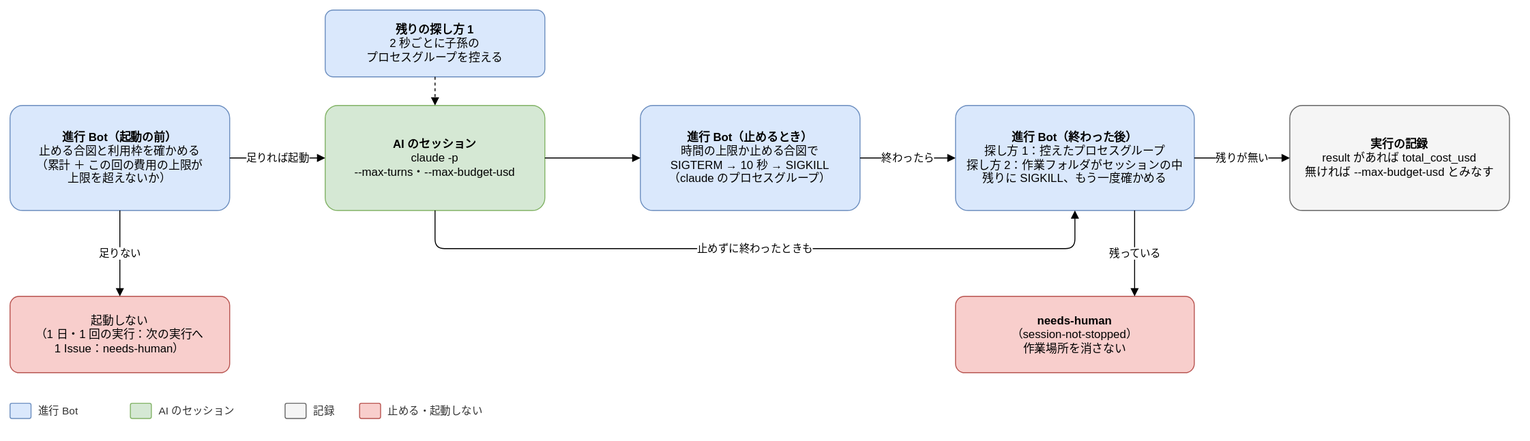
Earlier version of the draw.io export docs/design/basic/diagrams/03-stop-and-usage.drawio.svg (Joymerrevent/dev-autopilot). Source tidied: cells renumbered, new cells last; positions are measured from the earlier drawing's top-left corner, leaving out a move shared by most shapes.
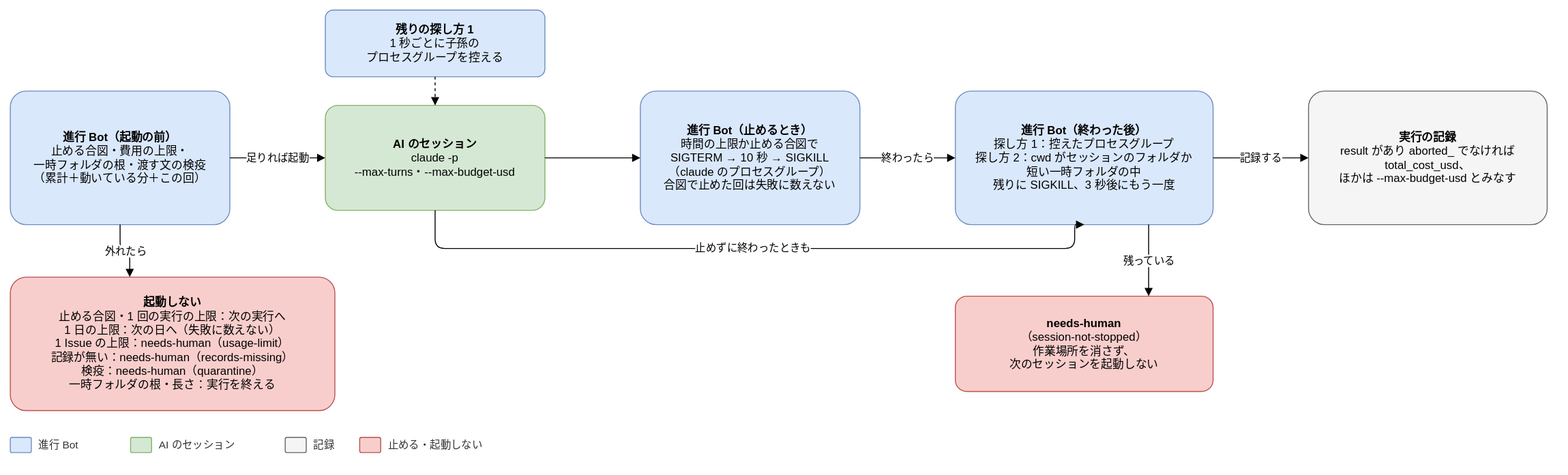
After the change.

The edit, as a diff of the source:
```diff
@@ -2,8 +2,8 @@
   <root>
     <mxCell id="0" />
     <mxCell id="1" parent="0" />
-    <mxCell id="2" value="&lt;b&gt;進行 Bot（起動の前）&lt;/b&gt;&lt;br&gt;止める合図と利用枠を確かめる&lt;br&gt;（累計 ＋ この回の費用の上限が&lt;br&gt;上限を超えないか）" style="rounded=1;whiteSpace=wrap;html=1;fontSize=12;arcSize=12;spacing=12;fillColor=#dae8fc;strokeColor=#6c8ebf;" parent="1" vertex="1">
-      <mxGeometry y="100" width="230" height="110" as="geometry" />
+    <mxCell id="2" value="&lt;b&gt;進行 Bot（起動の前）&lt;/b&gt;&lt;br&gt;止める合図・費用の上限・&lt;br&gt;一時フォルダの根・渡す文の検疫&lt;br&gt;（累計＋動いている分＋この回）" style="rounded=1;whiteSpace=wrap;html=1;fontSize=12;arcSize=12;spacing=12;fillColor=#dae8fc;strokeColor=#6c8ebf;" parent="1" vertex="1">
+      <mxGeometry y="85" width="230" height="140" as="geometry" />
     </mxCell>
     <mxCell id="3" value="&lt;b&gt;AI のセッション&lt;/b&gt;&lt;br&gt;claude -p&lt;br&gt;--max-turns・--max-budget-usd" style="rounded=1;whiteSpace=wrap;html=1;fontSize=12;arcSize=12;spacing=12;fillColor=#d5e8d4;strokeColor=#82b366;" parent="1" vertex="1">
       <mxGeometry x="330" y="100" width="230" height="110" as="geometry" />
@@ -11,20 +11,20 @@
     <mxCell id="4" value="足りれば起動" style="edgeStyle=orthogonalEdgeStyle;rounded=1;html=1;endArrow=block;endFill=1;fontSize=11;labelBackgroundColor=#ffffff;exitX=1;exitY=0.5;exitDx=0;exitDy=0;entryX=0;entryY=0.5;entryDx=0;entryDy=0;" parent="1" edge="1" source="2" target="3">
       <mxGeometry relative="1" as="geometry" />
     </mxCell>
-    <mxCell id="5" value="&lt;b&gt;残りの探し方 1&lt;/b&gt;&lt;br&gt;2 秒ごとに子孫の&lt;br&gt;プロセスグループを控える" style="rounded=1;whiteSpace=wrap;html=1;fontSize=12;arcSize=12;spacing=12;fillColor=#dae8fc;strokeColor=#6c8ebf;" parent="1" vertex="1">
+    <mxCell id="5" value="&lt;b&gt;残りの探し方 1&lt;/b&gt;&lt;br&gt;1 秒ごとに子孫の&lt;br&gt;プロセスグループを控える" style="rounded=1;whiteSpace=wrap;html=1;fontSize=12;arcSize=12;spacing=12;fillColor=#dae8fc;strokeColor=#6c8ebf;" parent="1" vertex="1">
       <mxGeometry x="330" width="230" height="70" as="geometry" />
     </mxCell>
     <mxCell id="6" style="edgeStyle=orthogonalEdgeStyle;rounded=1;html=1;endArrow=block;endFill=1;fontSize=11;labelBackgroundColor=#ffffff;dashed=1;exitX=0.5;exitY=1;exitDx=0;exitDy=0;entryX=0.5;entryY=0;entryDx=0;entryDy=0;" parent="1" edge="1" source="5" target="3">
       <mxGeometry relative="1" as="geometry" />
     </mxCell>
-    <mxCell id="7" value="&lt;b&gt;進行 Bot（止めるとき）&lt;/b&gt;&lt;br&gt;時間の上限か止める合図で&lt;br&gt;SIGTERM → 10 秒 → SIGKILL&lt;br&gt;（claude のプロセスグループ）" style="rounded=1;whiteSpace=wrap;html=1;fontSize=12;arcSize=12;spacing=12;fillColor=#dae8fc;strokeColor=#6c8ebf;" parent="1" vertex="1">
-      <mxGeometry x="660" y="100" width="230" height="110" as="geometry" />
+    <mxCell id="7" value="&lt;b&gt;進行 Bot（止めるとき）&lt;/b&gt;&lt;br&gt;時間の上限か止める合図で&lt;br&gt;SIGTERM → 10 秒 → SIGKILL&lt;br&gt;（claude のプロセスグループ）&lt;br&gt;合図で止めた回は失敗に数えない" style="rounded=1;whiteSpace=wrap;html=1;fontSize=12;arcSize=12;spacing=12;fillColor=#dae8fc;strokeColor=#6c8ebf;" parent="1" vertex="1">
+      <mxGeometry x="660" y="85" width="230" height="140" as="geometry" />
     </mxCell>
     <mxCell id="8" style="edgeStyle=orthogonalEdgeStyle;rounded=1;html=1;endArrow=block;endFill=1;fontSize=11;labelBackgroundColor=#ffffff;exitX=1;exitY=0.5;exitDx=0;exitDy=0;entryX=0;entryY=0.5;entryDx=0;entryDy=0;" parent="1" edge="1" source="3" target="7">
       <mxGeometry relative="1" as="geometry" />
     </mxCell>
-    <mxCell id="9" value="&lt;b&gt;進行 Bot（終わった後）&lt;/b&gt;&lt;br&gt;探し方 1：控えたプロセスグループ&lt;br&gt;探し方 2：作業フォルダがセッションの中&lt;br&gt;残りに SIGKILL、もう一度確かめる" style="rounded=1;whiteSpace=wrap;html=1;fontSize=12;arcSize=12;spacing=12;fillColor=#dae8fc;strokeColor=#6c8ebf;" parent="1" vertex="1">
-      <mxGeometry x="990" y="100" width="250" height="110" as="geometry" />
+    <mxCell id="9" value="&lt;b&gt;進行 Bot（終わった後）&lt;/b&gt;&lt;br&gt;探し方 1：控えたプロセスグループ&lt;br&gt;探し方 2：cwd がセッションのフォルダか&lt;br&gt;短い一時フォルダの中&lt;br&gt;残りに SIGKILL、3 秒後にもう一度" style="rounded=1;whiteSpace=wrap;html=1;fontSize=12;arcSize=12;spacing=12;fillColor=#dae8fc;strokeColor=#6c8ebf;" parent="1" vertex="1">
+      <mxGeometry x="990" y="85" width="270" height="140" as="geometry" />
     </mxCell>
     <mxCell id="10" value="終わったら" style="edgeStyle=orthogonalEdgeStyle;rounded=1;html=1;endArrow=block;endFill=1;fontSize=11;labelBackgroundColor=#ffffff;exitX=1;exitY=0.5;exitDx=0;exitDy=0;entryX=0;entryY=0.5;entryDx=0;entryDy=0;" parent="1" edge="1" source="7" target="9">
       <mxGeometry relative="1" as="geometry" />
@@ -37,47 +37,47 @@
         </Array>
       </mxGeometry>
     </mxCell>
-    <mxCell id="12" value="&lt;b&gt;実行の記録&lt;/b&gt;&lt;br&gt;result があれば total_cost_usd&lt;br&gt;無ければ --max-budget-usd とみなす" style="rounded=1;whiteSpace=wrap;html=1;fontSize=12;arcSize=12;spacing=12;fillColor=#f5f5f5;strokeColor=#666666;" parent="1" vertex="1">
-      <mxGeometry x="1340" y="100" width="230" height="110" as="geometry" />
+    <mxCell id="12" value="&lt;b&gt;実行の記録&lt;/b&gt;&lt;br&gt;result があり aborted_ でなければ&lt;br&gt;total_cost_usd、&lt;br&gt;ほかは --max-budget-usd とみなす" style="rounded=1;whiteSpace=wrap;html=1;fontSize=12;arcSize=12;spacing=12;fillColor=#f5f5f5;strokeColor=#666666;" parent="1" vertex="1">
+      <mxGeometry x="1360" y="85" width="250" height="140" as="geometry" />
     </mxCell>
-    <mxCell id="13" value="残りが無い" style="edgeStyle=orthogonalEdgeStyle;rounded=1;html=1;endArrow=block;endFill=1;fontSize=11;labelBackgroundColor=#ffffff;exitX=1;exitY=0.5;exitDx=0;exitDy=0;entryX=0;entryY=0.5;entryDx=0;entryDy=0;" parent="1" edge="1" source="9" target="12">
+    <mxCell id="13" value="記録する" style="edgeStyle=orthogonalEdgeStyle;rounded=1;html=1;endArrow=block;endFill=1;fontSize=11;labelBackgroundColor=#ffffff;exitX=1;exitY=0.5;exitDx=0;exitDy=0;entryX=0;entryY=0.5;entryDx=0;entryDy=0;" parent="1" edge="1" source="9" target="12">
       <mxGeometry relative="1" as="geometry" />
     </mxCell>
-    <mxCell id="14" value="&lt;b&gt;needs-human&lt;/b&gt;&lt;br&gt;（session-not-stopped）&lt;br&gt;作業場所を消さない" style="rounded=1;whiteSpace=wrap;html=1;fontSize=12;arcSize=12;spacing=12;fillColor=#f8cecc;strokeColor=#b85450;" parent="1" vertex="1">
-      <mxGeometry x="990" y="300" width="250" height="80" as="geometry" />
+    <mxCell id="14" value="&lt;b&gt;needs-human&lt;/b&gt;&lt;br&gt;（session-not-stopped）&lt;br&gt;作業場所を消さず、&lt;br&gt;次のセッションを起動しない" style="rounded=1;whiteSpace=wrap;html=1;fontSize=12;arcSize=12;spacing=12;fillColor=#f8cecc;strokeColor=#b85450;" parent="1" vertex="1">
+      <mxGeometry x="990" y="300" width="270" height="100" as="geometry" />
     </mxCell>
     <mxCell id="15" value="残っている" style="edgeStyle=orthogonalEdgeStyle;rounded=1;html=1;endArrow=block;endFill=1;fontSize=11;labelBackgroundColor=#ffffff;exitX=0.75;exitY=1;exitDx=0;exitDy=0;entryX=0.75;entryY=0;entryDx=0;entryDy=0;" parent="1" edge="1" source="9" target="14">
       <mxGeometry relative="1" as="geometry" />
     </mxCell>
-    <mxCell id="16" value="起動しない&lt;br&gt;（1 日・1 回の実行：次の実行へ&lt;br&gt;1 Issue：needs-human）" style="rounded=1;whiteSpace=wrap;html=1;fontSize=12;arcSize=12;spacing=12;fillColor=#f8cecc;strokeColor=#b85450;" parent="1" vertex="1">
-      <mxGeometry y="300" width="230" height="80" as="geometry" />
+    <mxCell id="16" value="&lt;b&gt;起動しない&lt;/b&gt;&lt;br&gt;止める合図・1 回の実行の上限：次の実行へ&lt;br&gt;1 日の上限：次の日へ（失敗に数えない）&lt;br&gt;1 Issue の上限：needs-human（usage-limit）&lt;br&gt;記録が無い：needs-human（records-missing）&lt;br&gt;検疫：needs-human（quarantine）&lt;br&gt;一時フォルダの根・長さ：実行を終える" style="rounded=1;whiteSpace=wrap;html=1;fontSize=12;arcSize=12;spacing=12;fillColor=#f8cecc;strokeColor=#b85450;" parent="1" vertex="1">
+      <mxGeometry y="280" width="340" height="140" as="geometry" />
     </mxCell>
-    <mxCell id="17" value="足りない" style="edgeStyle=orthogonalEdgeStyle;rounded=1;html=1;endArrow=block;endFill=1;fontSize=11;labelBackgroundColor=#ffffff;exitX=0.5;exitY=1;exitDx=0;exitDy=0;entryX=0.5;entryY=0;entryDx=0;entryDy=0;" parent="1" edge="1" source="2" target="16">
+    <mxCell id="17" value="外れたら" style="edgeStyle=orthogonalEdgeStyle;rounded=1;html=1;endArrow=block;endFill=1;fontSize=11;labelBackgroundColor=#ffffff;exitX=0.5;exitY=1;exitDx=0;exitDy=0;entryX=0.368;entryY=0;entryDx=0;entryDy=0;" parent="1" edge="1" source="2" target="16">
       <mxGeometry relative="1" as="geometry" />
     </mxCell>
     <mxCell id="18" style="rounded=1;whiteSpace=wrap;html=1;fontSize=12;arcSize=12;spacing=12;fillColor=#dae8fc;strokeColor=#6c8ebf;" parent="1" vertex="1">
-      <mxGeometry y="412" width="22" height="16" as="geometry" />
+      <mxGeometry y="448" width="22" height="16" as="geometry" />
     </mxCell>
     <mxCell id="19" value="進行 Bot" style="text;html=1;align=left;verticalAlign=middle;fontSize=11;fontColor=#333333;" parent="1" vertex="1">
-      <mxGeometry x="28" y="410" width="82" height="20" as="geometry" />
+      <mxGeometry x="28" y="446" width="82" height="20" as="geometry" />
     </mxCell>
     <mxCell id="20" style="rounded=1;whiteSpace=wrap;html=1;fontSize=12;arcSize=12;spacing=12;fillColor=#d5e8d4;strokeColor=#82b366;" parent="1" vertex="1">
-      <mxGeometry x="126" y="412" width="22" height="16" as="geometry" />
+      <mxGeometry x="126" y="448" width="22" height="16" as="geometry" />
     </mxCell>
     <mxCell id="21" value="AI のセッション" style="text;html=1;align=left;verticalAlign=middle;fontSize=11;fontColor=#333333;" parent="1" vertex="1">
-      <mxGeometry x="154" y="410" width="118" height="20" as="geometry" />
+      <mxGeometry x="154" y="446" width="118" height="20" as="geometry" />
     </mxCell>
     <mxCell id="22" style="rounded=1;whiteSpace=wrap;html=1;fontSize=12;arcSize=12;spacing=12;fillColor=#f5f5f5;strokeColor=#666666;" parent="1" vertex="1">
-      <mxGeometry x="288" y="412" width="22" height="16" as="geometry" />
+      <mxGeometry x="288" y="448" width="22" height="16" as="geometry" />
     </mxCell>
     <mxCell id="23" value="記録" style="text;html=1;align=left;verticalAlign=middle;fontSize=11;fontColor=#333333;" parent="1" vertex="1">
-      <mxGeometry x="316" y="410" width="34" height="20" as="geometry" />
+      <mxGeometry x="316" y="446" width="34" height="20" as="geometry" />
     </mxCell>
     <mxCell id="24" style="rounded=1;whiteSpace=wrap;html=1;fontSize=12;arcSize=12;spacing=12;fillColor=#f8cecc;strokeColor=#b85450;" parent="1" vertex="1">
-      <mxGeometry x="366" y="412" width="22" height="16" as="geometry" />
+      <mxGeometry x="366" y="448" width="22" height="16" as="geometry" />
     </mxCell>
     <mxCell id="25" value="止める・起動しない" style="text;html=1;align=left;verticalAlign=middle;fontSize=11;fontColor=#333333;" parent="1" vertex="1">
-      <mxGeometry x="394" y="410" width="118" height="20" as="geometry" />
+      <mxGeometry x="394" y="446" width="118" height="20" as="geometry" />
     </mxCell>
   </root>
 </mxGraphModel>
```
